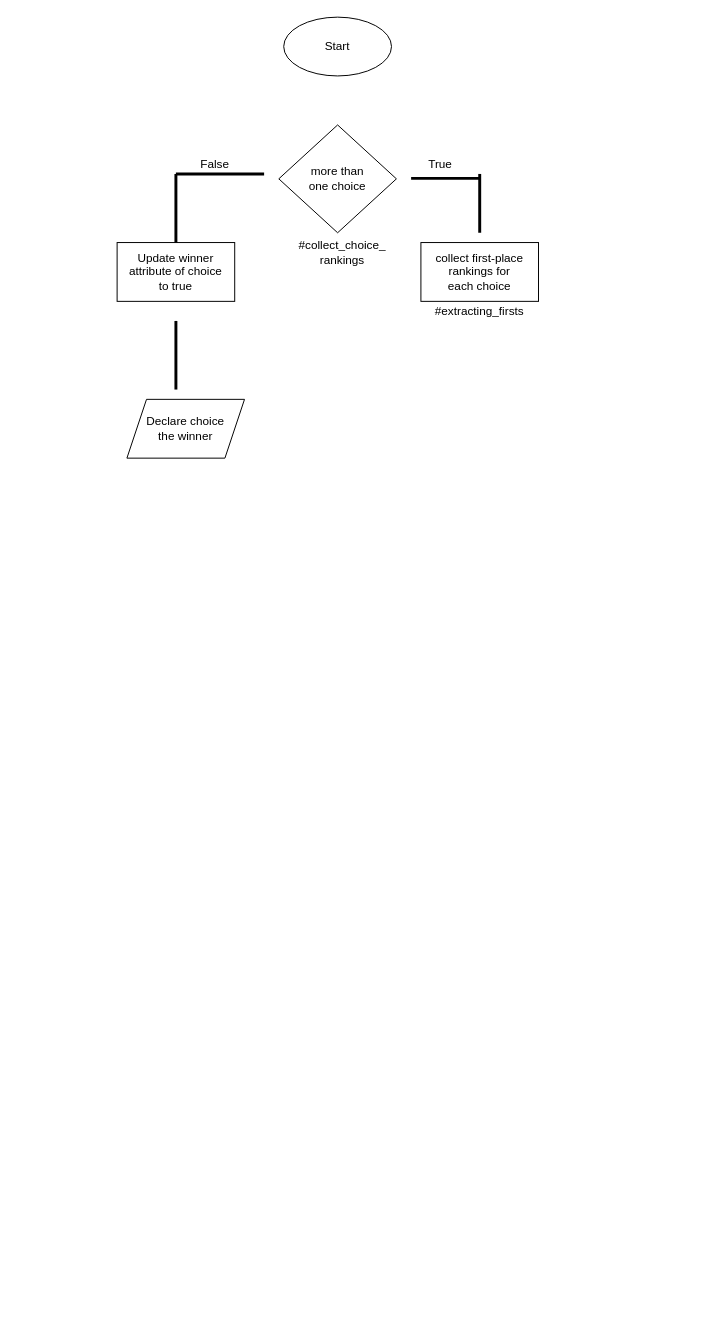
The draw.io diagram Untitled Diagram.drawio in flylady2/rcs2-frontend, before the edit. Source tidied: cells renumbered, new cells numbered last; positions are measured from the earlier drawing's top-left corner, leaving out a move shared by most shapes. Both pictures are drawn from the tidied source at 98%, with x=0, y=0 at pixel (117, 17).
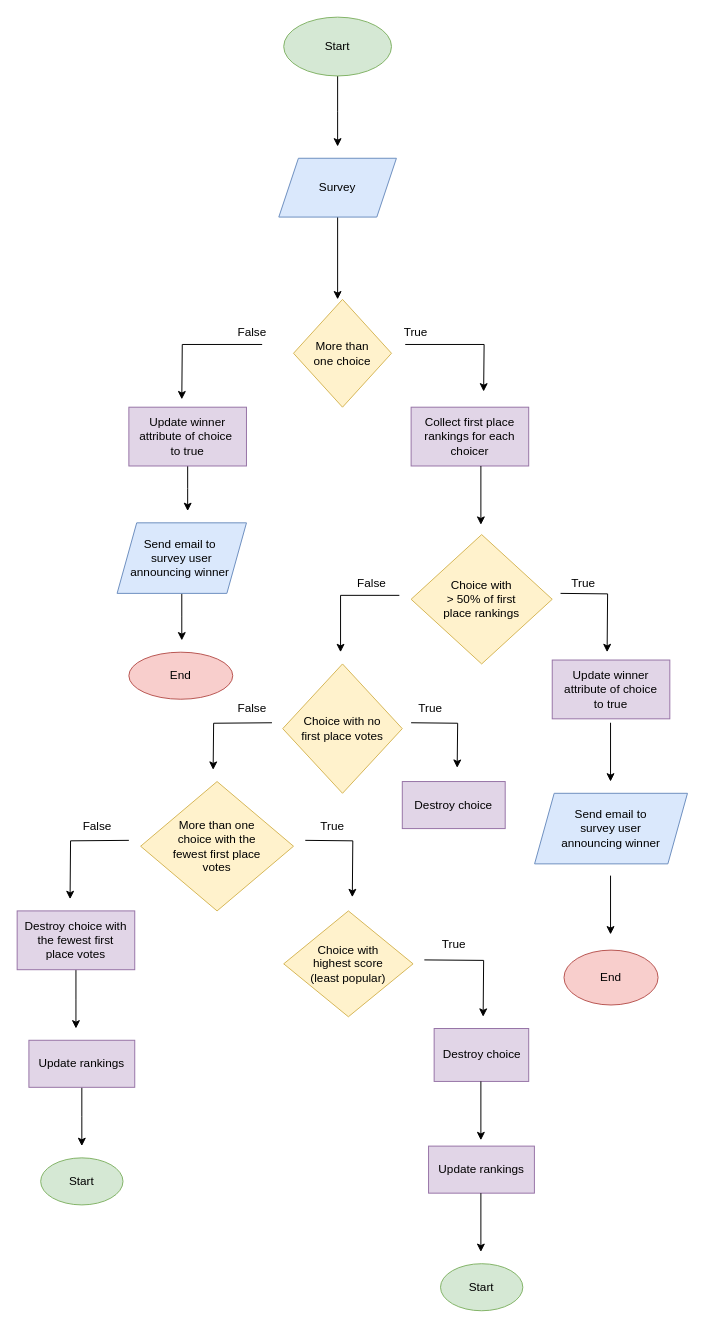
The same page after the edit.

What changed in the source:
```diff
@@
+    <mxCell id="16" style="edgeStyle=orthogonalEdgeStyle;rounded=0;jettySize=auto;html=1;" parent="1" edge="1" source="2">
+      <mxGeometry relative="1" as="geometry">
+        <mxPoint x="225" y="132" as="targetPoint" />
+      </mxGeometry>
+    </mxCell>
-    <mxCell id="2" value="Start" style="ellipse;whiteSpace=wrap;html=1;" parent="1" vertex="1">
+    <mxCell id="2" value="Start" style="ellipse;whiteSpace=wrap;html=1;fillColor=#d5e8d4;strokeColor=#82b366;" parent="1" vertex="1">
       <mxGeometry x="170" width="110" height="60" as="geometry" />
     </mxCell>
-    <mxCell id="3" value="more than&lt;br&gt;one choice" style="rhombus;whiteSpace=wrap;html=1;" parent="1" vertex="1">
-      <mxGeometry x="165" y="110" width="120" height="110" as="geometry" />
-    </mxCell>
-    <mxCell id="4" value="Declare choice&lt;br&gt;the winner" style="shape=parallelogram;perimeter=parallelogramPerimeter;whiteSpace=wrap;html=1;fixedSize=1;" parent="1" vertex="1">
-      <mxGeometry x="10" y="390" width="120" height="60" as="geometry" />
-    </mxCell>
-    <mxCell id="5" value="Update winner&lt;br&gt;attribute of choice&lt;br&gt;to true" style="rounded=0;whiteSpace=wrap;html=1;" parent="1" vertex="1">
-      <mxGeometry y="230" width="120" height="60" as="geometry" />
-    </mxCell>
-    <mxCell id="6" value="False" style="text;html=1;strokeColor=none;fillColor=none;align=center;verticalAlign=middle;whiteSpace=wrap;rounded=0;" parent="1" vertex="1">
-      <mxGeometry x="80" y="140" width="40" height="20" as="geometry" />
-    </mxCell>
-    <mxCell id="7" style="endArrow=none;html=1;strokeWidth=3;" parent="1" edge="1">
-      <mxGeometry relative="1" as="geometry">
-        <mxPoint x="60" y="160" as="sourcePoint" />
-        <mxPoint x="150" y="160" as="targetPoint" />
-      </mxGeometry>
-    </mxCell>
-    <mxCell id="8" style="endArrow=none;html=1;strokeWidth=3;" parent="1" edge="1">
-      <mxGeometry relative="1" as="geometry">
-        <mxPoint x="60" y="230" as="sourcePoint" />
-        <mxPoint x="60" y="160" as="targetPoint" />
-      </mxGeometry>
-    </mxCell>
-    <mxCell id="9" style="endArrow=none;html=1;strokeWidth=3;" parent="1" edge="1">
-      <mxGeometry relative="1" as="geometry">
-        <mxPoint x="60" y="380" as="sourcePoint" />
-        <mxPoint x="60" y="310" as="targetPoint" />
-      </mxGeometry>
-    </mxCell>
-    <mxCell id="10" style="endArrow=none;html=1;strokeWidth=3;" parent="1" edge="1">
-      <mxGeometry relative="1" as="geometry">
-        <mxPoint x="300" y="164.5" as="sourcePoint" />
-        <mxPoint x="370" y="164.5" as="targetPoint" />
-      </mxGeometry>
-    </mxCell>
-    <mxCell id="11" style="endArrow=none;html=1;strokeWidth=3;" parent="1" edge="1">
-      <mxGeometry relative="1" as="geometry">
-        <mxPoint x="370" y="220" as="sourcePoint" />
-        <mxPoint x="370" y="160" as="targetPoint" />
-      </mxGeometry>
-    </mxCell>
-    <mxCell id="12" value="True" style="text;html=1;strokeColor=none;fillColor=none;align=center;verticalAlign=middle;whiteSpace=wrap;rounded=0;" parent="1" vertex="1">
-      <mxGeometry x="310" y="140" width="40" height="20" as="geometry" />
-    </mxCell>
-    <mxCell id="13" value="collect first-place&lt;br&gt;rankings for&lt;br&gt;each choice" style="rounded=0;whiteSpace=wrap;html=1;" parent="1" vertex="1">
-      <mxGeometry x="310" y="230" width="120" height="60" as="geometry" />
-    </mxCell>
-    <mxCell id="14" value="#extracting_firsts" style="text;html=1;strokeColor=none;fillColor=none;align=center;verticalAlign=middle;whiteSpace=wrap;rounded=0;" parent="1" vertex="1">
-      <mxGeometry x="350" y="290" width="40" height="20" as="geometry" />
-    </mxCell>
-    <mxCell id="15" value="#collect_choice_&lt;br&gt;rankings" style="text;html=1;strokeColor=none;fillColor=none;align=center;verticalAlign=middle;whiteSpace=wrap;rounded=0;" parent="1" vertex="1">
-      <mxGeometry x="210" y="230" width="40" height="20" as="geometry" />
-    </mxCell>
+    <mxCell id="17" style="edgeStyle=orthogonalEdgeStyle;rounded=0;jettySize=auto;html=1;entryX=0.45;entryY=0;entryDx=0;entryDy=0;entryPerimeter=0;" parent="1" edge="1" source="18" target="19">
+      <mxGeometry relative="1" as="geometry" />
+    </mxCell>
+    <mxCell id="18" value="Survey" style="shape=parallelogram;perimeter=parallelogramPerimeter;whiteSpace=wrap;html=1;fixedSize=1;fillColor=#dae8fc;strokeColor=#6c8ebf;" parent="1" vertex="1">
+      <mxGeometry x="165" y="144" width="120" height="60" as="geometry" />
+    </mxCell>
+    <mxCell id="19" value="More than&lt;br&gt;one choice" style="rhombus;whiteSpace=wrap;html=1;fillColor=#fff2cc;strokeColor=#d6b656;" parent="1" vertex="1">
+      <mxGeometry x="180" y="288" width="100" height="110" as="geometry" />
+    </mxCell>
+    <mxCell id="20" style="endArrow=classic;html=1;rounded=0;edgeStyle=orthogonalEdgeStyle;exitX=0.225;exitY=1.1;exitDx=0;exitDy=0;exitPerimeter=0;" parent="1" edge="1" source="25">
+      <mxGeometry relative="1" as="geometry">
+        <mxPoint x="374" y="382" as="targetPoint" />
+      </mxGeometry>
+    </mxCell>
+    <mxCell id="21" style="edgeStyle=orthogonalEdgeStyle;rounded=0;jettySize=auto;html=1;" parent="1" edge="1" source="22">
+      <mxGeometry relative="1" as="geometry">
+        <mxPoint x="72" y="504" as="targetPoint" />
+      </mxGeometry>
+    </mxCell>
+    <mxCell id="22" value="Update winner attribute of choice&amp;nbsp;&lt;br&gt;to true" style="rounded=0;whiteSpace=wrap;html=1;fillColor=#e1d5e7;strokeColor=#9673a6;fontStyle=0;" parent="1" vertex="1">
+      <mxGeometry x="12" y="398" width="120" height="60" as="geometry" />
+    </mxCell>
+    <mxCell id="23" style="endArrow=classic;html=1;rounded=0;edgeStyle=orthogonalEdgeStyle;exitX=0.75;exitY=1.1;exitDx=0;exitDy=0;exitPerimeter=0;" parent="1" edge="1" source="24">
+      <mxGeometry relative="1" as="geometry">
+        <mxPoint x="66" y="390" as="targetPoint" />
+      </mxGeometry>
+    </mxCell>
+    <mxCell id="24" value="False" style="text;html=1;strokeColor=none;fillColor=none;align=center;verticalAlign=middle;whiteSpace=wrap;rounded=0;" parent="1" vertex="1">
+      <mxGeometry x="118" y="312" width="40" height="20" as="geometry" />
+    </mxCell>
+    <mxCell id="25" value="True" style="text;html=1;strokeColor=none;fillColor=none;align=center;verticalAlign=middle;whiteSpace=wrap;rounded=0;" parent="1" vertex="1">
+      <mxGeometry x="285" y="312" width="40" height="20" as="geometry" />
+    </mxCell>
+    <mxCell id="26" style="edgeStyle=orthogonalEdgeStyle;rounded=0;jettySize=auto;html=1;" parent="1" edge="1" source="27">
+      <mxGeometry relative="1" as="geometry">
+        <mxPoint x="66" y="636" as="targetPoint" />
+      </mxGeometry>
+    </mxCell>
+    <mxCell id="27" value="Send email to&amp;nbsp;&lt;br&gt;survey user&lt;br&gt;announcing winner&amp;nbsp;" style="shape=parallelogram;perimeter=parallelogramPerimeter;whiteSpace=wrap;html=1;fixedSize=1;fillColor=#dae8fc;strokeColor=#6c8ebf;" parent="1" vertex="1">
+      <mxGeometry y="516" width="132" height="72" as="geometry" />
+    </mxCell>
+    <mxCell id="28" value="End" style="ellipse;whiteSpace=wrap;html=1;fillColor=#f8cecc;strokeColor=#b85450;" parent="1" vertex="1">
+      <mxGeometry x="12" y="648" width="106" height="48" as="geometry" />
+    </mxCell>
+    <mxCell id="29" value="Collect first place&lt;br&gt;rankings for each&lt;br&gt;choicer" style="rounded=0;whiteSpace=wrap;html=1;fillColor=#e1d5e7;strokeColor=#9673a6;" parent="1" vertex="1">
+      <mxGeometry x="300" y="398" width="120" height="60" as="geometry" />
+    </mxCell>
+    <mxCell id="30" value="Choice with&lt;br&gt;&amp;gt; 50% of first&lt;br&gt;place rankings" style="rhombus;whiteSpace=wrap;html=1;fillColor=#fff2cc;strokeColor=#d6b656;" parent="1" vertex="1">
+      <mxGeometry x="300" y="528" width="144" height="132" as="geometry" />
+    </mxCell>
+    <mxCell id="31" style="endArrow=classic;html=1;rounded=0;edgeStyle=orthogonalEdgeStyle;" parent="1" edge="1">
+      <mxGeometry relative="1" as="geometry">
+        <mxPoint x="288" y="590" as="sourcePoint" />
+        <mxPoint x="228" y="648" as="targetPoint" />
+        <Array as="points">
+          <mxPoint x="228" y="590" />
+        </Array>
+      </mxGeometry>
+    </mxCell>
+    <mxCell id="32" value="False" style="text;html=1;strokeColor=none;fillColor=none;align=center;verticalAlign=middle;whiteSpace=wrap;rounded=0;" parent="1" vertex="1">
+      <mxGeometry x="240" y="568" width="40" height="20" as="geometry" />
+    </mxCell>
+    <mxCell id="33" value="Choice with no&lt;br&gt;first place votes" style="rhombus;whiteSpace=wrap;html=1;fillColor=#fff2cc;strokeColor=#d6b656;" parent="1" vertex="1">
+      <mxGeometry x="169" y="660" width="122" height="132" as="geometry" />
+    </mxCell>
+    <mxCell id="34" style="endArrow=classic;html=1;rounded=0;edgeStyle=orthogonalEdgeStyle;" parent="1" edge="1">
+      <mxGeometry relative="1" as="geometry">
+        <mxPoint x="158" y="720" as="sourcePoint" />
+        <mxPoint x="98" y="768" as="targetPoint" />
+      </mxGeometry>
+    </mxCell>
+    <mxCell id="35" value="False" style="text;html=1;strokeColor=none;fillColor=none;align=center;verticalAlign=middle;whiteSpace=wrap;rounded=0;" parent="1" vertex="1">
+      <mxGeometry x="118" y="696" width="40" height="20" as="geometry" />
+    </mxCell>
+    <mxCell id="36" style="endArrow=classic;html=1;rounded=0;edgeStyle=orthogonalEdgeStyle;" parent="1" edge="1">
+      <mxGeometry relative="1" as="geometry">
+        <mxPoint x="300" y="720" as="sourcePoint" />
+        <mxPoint x="347" y="766" as="targetPoint" />
+      </mxGeometry>
+    </mxCell>
+    <mxCell id="37" value="True" style="text;html=1;strokeColor=none;fillColor=none;align=center;verticalAlign=middle;whiteSpace=wrap;rounded=0;" parent="1" vertex="1">
+      <mxGeometry x="300" y="696" width="40" height="20" as="geometry" />
+    </mxCell>
+    <mxCell id="38" value="Destroy choice" style="rounded=0;whiteSpace=wrap;html=1;fillColor=#e1d5e7;strokeColor=#9673a6;" parent="1" vertex="1">
+      <mxGeometry x="291" y="780" width="105" height="48" as="geometry" />
+    </mxCell>
+    <mxCell id="39" value="More than one&lt;br&gt;choice with the&lt;br&gt;fewest first place&lt;br&gt;votes" style="rhombus;whiteSpace=wrap;html=1;fillColor=#fff2cc;strokeColor=#d6b656;" parent="1" vertex="1">
+      <mxGeometry x="24" y="780" width="156" height="132" as="geometry" />
+    </mxCell>
+    <mxCell id="40" style="endArrow=classic;html=1;rounded=0;edgeStyle=orthogonalEdgeStyle;" parent="1" edge="1">
+      <mxGeometry relative="1" as="geometry">
+        <mxPoint x="12" y="840" as="sourcePoint" />
+        <mxPoint x="-48" y="900" as="targetPoint" />
+      </mxGeometry>
+    </mxCell>
+    <mxCell id="41" value="False" style="text;html=1;strokeColor=none;fillColor=none;align=center;verticalAlign=middle;whiteSpace=wrap;rounded=0;" parent="1" vertex="1">
+      <mxGeometry x="-40" y="816" width="40" height="20" as="geometry" />
+    </mxCell>
+    <mxCell id="42" style="edgeStyle=orthogonalEdgeStyle;rounded=0;jettySize=auto;html=1;" parent="1" edge="1" source="43">
+      <mxGeometry relative="1" as="geometry">
+        <mxPoint x="-42" y="1032" as="targetPoint" />
+      </mxGeometry>
+    </mxCell>
+    <mxCell id="43" value="Destroy choice with&lt;br&gt;the fewest first&lt;br&gt;place votes" style="rounded=0;whiteSpace=wrap;html=1;fillColor=#e1d5e7;strokeColor=#9673a6;" parent="1" vertex="1">
+      <mxGeometry x="-102" y="912" width="120" height="60" as="geometry" />
+    </mxCell>
+    <mxCell id="44" style="edgeStyle=orthogonalEdgeStyle;rounded=0;jettySize=auto;html=1;" parent="1" edge="1" source="45">
+      <mxGeometry relative="1" as="geometry">
+        <mxPoint x="-36" y="1152" as="targetPoint" />
+      </mxGeometry>
+    </mxCell>
+    <mxCell id="45" value="Update rankings" style="rounded=0;whiteSpace=wrap;html=1;fillColor=#e1d5e7;strokeColor=#9673a6;" parent="1" vertex="1">
+      <mxGeometry x="-90" y="1044" width="108" height="48" as="geometry" />
+    </mxCell>
+    <mxCell id="46" value="Start" style="ellipse;whiteSpace=wrap;html=1;fillColor=#d5e8d4;strokeColor=#82b366;" parent="1" vertex="1">
+      <mxGeometry x="-78" y="1164" width="84" height="48" as="geometry" />
+    </mxCell>
+    <mxCell id="47" style="endArrow=classic;html=1;rounded=0;edgeStyle=orthogonalEdgeStyle;" parent="1" edge="1">
+      <mxGeometry relative="1" as="geometry">
+        <mxPoint x="192" y="840" as="sourcePoint" />
+        <mxPoint x="240" y="898" as="targetPoint" />
+      </mxGeometry>
+    </mxCell>
+    <mxCell id="48" value="True" style="text;html=1;strokeColor=none;fillColor=none;align=center;verticalAlign=middle;whiteSpace=wrap;rounded=0;" parent="1" vertex="1">
+      <mxGeometry x="200" y="816" width="40" height="20" as="geometry" />
+    </mxCell>
+    <mxCell id="49" value="Choice with&lt;br&gt;highest score&lt;br&gt;(least popular)" style="rhombus;whiteSpace=wrap;html=1;fillColor=#fff2cc;strokeColor=#d6b656;" parent="1" vertex="1">
+      <mxGeometry x="170" y="912" width="132" height="108" as="geometry" />
+    </mxCell>
+    <mxCell id="50" style="endArrow=classic;html=1;rounded=0;edgeStyle=orthogonalEdgeStyle;" parent="1" edge="1">
+      <mxGeometry relative="1" as="geometry">
+        <mxPoint x="313.5" y="962" as="sourcePoint" />
+        <mxPoint x="373.5" y="1020" as="targetPoint" />
+      </mxGeometry>
+    </mxCell>
+    <mxCell id="51" value="True" style="text;html=1;strokeColor=none;fillColor=none;align=center;verticalAlign=middle;whiteSpace=wrap;rounded=0;" parent="1" vertex="1">
+      <mxGeometry x="323.5" y="936" width="40" height="20" as="geometry" />
+    </mxCell>
+    <mxCell id="52" value="Destroy choice" style="rounded=0;whiteSpace=wrap;html=1;fillColor=#e1d5e7;strokeColor=#9673a6;" parent="1" vertex="1">
+      <mxGeometry x="323.5" y="1032" width="96.5" height="54" as="geometry" />
+    </mxCell>
+    <mxCell id="53" value="Update rankings" style="rounded=0;whiteSpace=wrap;html=1;fillColor=#e1d5e7;strokeColor=#9673a6;" parent="1" vertex="1">
+      <mxGeometry x="317.8" y="1152" width="108" height="48" as="geometry" />
+    </mxCell>
+    <mxCell id="54" value="Start" style="ellipse;whiteSpace=wrap;html=1;fillColor=#d5e8d4;strokeColor=#82b366;" parent="1" vertex="1">
+      <mxGeometry x="330" y="1272" width="84" height="48" as="geometry" />
+    </mxCell>
+    <mxCell id="55" style="edgeStyle=orthogonalEdgeStyle;rounded=0;orthogonalLoop=1;jettySize=auto;html=1;" parent="1" edge="1">
+      <mxGeometry relative="1" as="geometry">
+        <mxPoint x="371.2" y="1086" as="sourcePoint" />
+        <mxPoint x="371.2" y="1146" as="targetPoint" />
+      </mxGeometry>
+    </mxCell>
+    <mxCell id="56" style="edgeStyle=orthogonalEdgeStyle;rounded=0;orthogonalLoop=1;jettySize=auto;html=1;" parent="1" edge="1">
+      <mxGeometry relative="1" as="geometry">
+        <mxPoint x="371.2" y="1200" as="sourcePoint" />
+        <mxPoint x="371.2" y="1260" as="targetPoint" />
+      </mxGeometry>
+    </mxCell>
+    <mxCell id="57" style="edgeStyle=orthogonalEdgeStyle;rounded=0;orthogonalLoop=1;jettySize=auto;html=1;" parent="1" edge="1">
+      <mxGeometry relative="1" as="geometry">
+        <mxPoint x="371.2" y="458" as="sourcePoint" />
+        <mxPoint x="371.2" y="518" as="targetPoint" />
+      </mxGeometry>
+    </mxCell>
+    <mxCell id="58" style="endArrow=classic;html=1;rounded=0;edgeStyle=orthogonalEdgeStyle;" parent="1" edge="1">
+      <mxGeometry relative="1" as="geometry">
+        <mxPoint x="452.5" y="588" as="sourcePoint" />
+        <mxPoint x="500" y="648" as="targetPoint" />
+      </mxGeometry>
+    </mxCell>
+    <mxCell id="59" value="True" style="text;html=1;strokeColor=none;fillColor=none;align=center;verticalAlign=middle;whiteSpace=wrap;rounded=0;" parent="1" vertex="1">
+      <mxGeometry x="456" y="568" width="40" height="20" as="geometry" />
+    </mxCell>
+    <mxCell id="60" value="Update winner&lt;br&gt;attribute of choice&lt;br&gt;to true" style="rounded=0;whiteSpace=wrap;html=1;fillColor=#e1d5e7;strokeColor=#9673a6;" parent="1" vertex="1">
+      <mxGeometry x="444" y="656" width="120" height="60" as="geometry" />
+    </mxCell>
+    <mxCell id="61" style="edgeStyle=orthogonalEdgeStyle;rounded=0;orthogonalLoop=1;jettySize=auto;html=1;" parent="1" edge="1">
+      <mxGeometry relative="1" as="geometry">
+        <mxPoint x="503.5" y="720" as="sourcePoint" />
+        <mxPoint x="503.5" y="780" as="targetPoint" />
+      </mxGeometry>
+    </mxCell>
+    <mxCell id="62" value="Send email to&lt;br&gt;survey user&lt;br&gt;announcing winner" style="shape=parallelogram;perimeter=parallelogramPerimeter;whiteSpace=wrap;html=1;fixedSize=1;fillColor=#dae8fc;strokeColor=#6c8ebf;" parent="1" vertex="1">
+      <mxGeometry x="426" y="792" width="156" height="72" as="geometry" />
+    </mxCell>
+    <mxCell id="63" style="edgeStyle=orthogonalEdgeStyle;rounded=0;orthogonalLoop=1;jettySize=auto;html=1;" parent="1" edge="1">
+      <mxGeometry relative="1" as="geometry">
+        <mxPoint x="503.5" y="876" as="sourcePoint" />
+        <mxPoint x="503.5" y="936" as="targetPoint" />
+      </mxGeometry>
+    </mxCell>
+    <mxCell id="64" value="End" style="ellipse;whiteSpace=wrap;html=1;fillColor=#f8cecc;strokeColor=#b85450;" parent="1" vertex="1">
+      <mxGeometry x="456" y="952" width="96" height="56" as="geometry" />
+    </mxCell>
```
